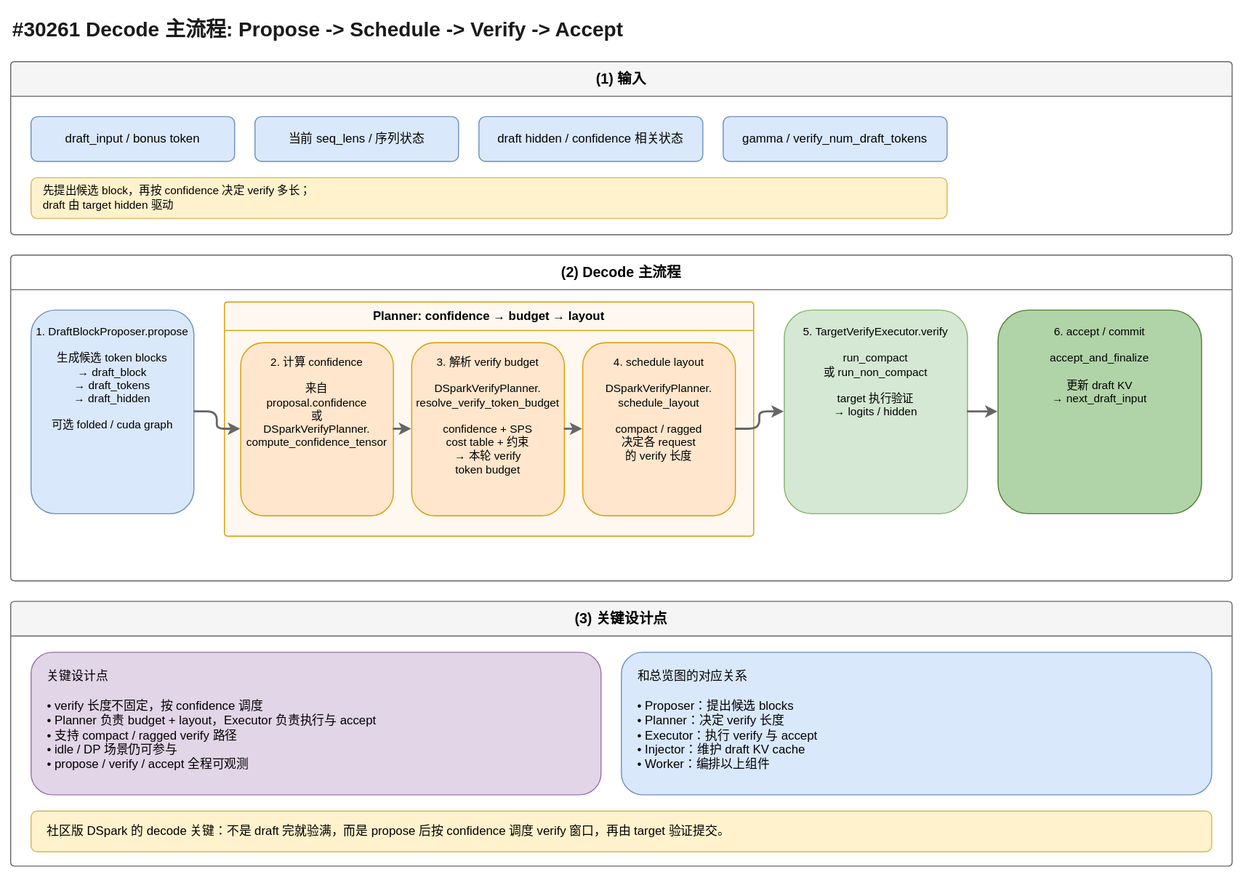
Before: artifacts/dspark-decode-main-flow.svg, a diagram exported from draw.io (learning-sketch/drawio-skill). Source tidied: cells renumbered, new cells last; positions are measured from the earlier drawing's top-left corner, leaving out a move shared by most shapes.
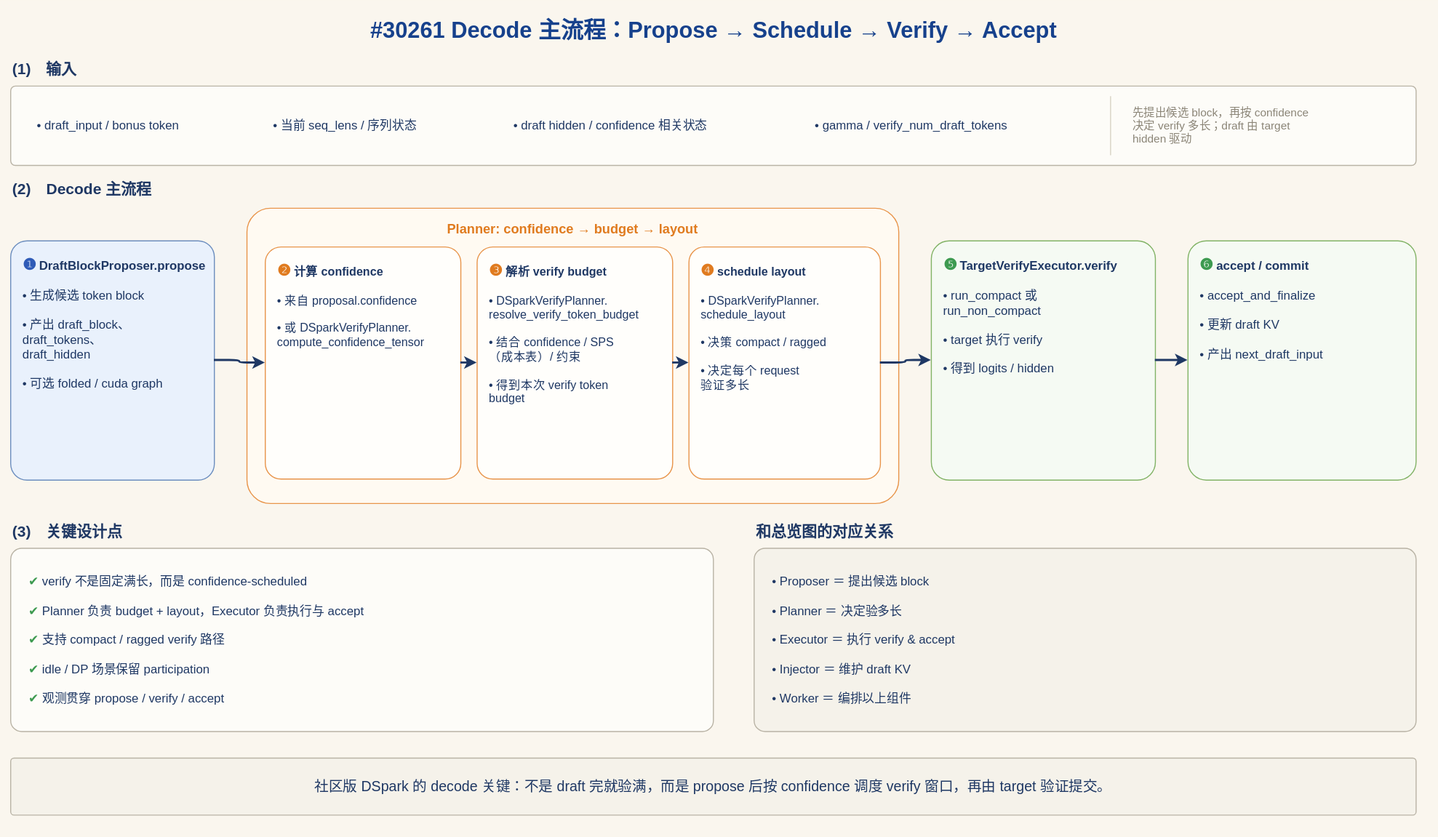
Later version of the same file.

The edit, as a diff of the source:
```diff
@@ -1,78 +1,90 @@
-<mxGraphModel>
+<mxGraphModel background="#faf6ee">
   <root>
     <mxCell id="0" />
     <mxCell id="1" parent="0" />
-    <mxCell id="2" value="#30261 Decode 主流程: Propose -&gt; Schedule -&gt; Verify -&gt; Accept" style="text;html=1;align=left;verticalAlign=middle;fontSize=20;fontStyle=1;fontColor=#1a1a1a;" parent="1" vertex="1">
-      <mxGeometry width="1000" height="36" as="geometry" />
+    <mxCell id="2" value="&lt;b&gt;#30261 Decode 主流程：Propose → Schedule → Verify → Accept&lt;/b&gt;" style="text;html=1;align=center;verticalAlign=middle;fontSize=22;fontColor=#16418c;" parent="1" vertex="1">
+      <mxGeometry y="-6" width="1380" height="40" as="geometry" />
     </mxCell>
-    <mxCell id="3" value="(1) 输入" style="swimlane;startSize=34;fillColor=#f5f5f5;strokeColor=#666666;fontStyle=1;fontSize=14;rounded=1;arcSize=4;whiteSpace=wrap;html=1;" parent="1" vertex="1">
-      <mxGeometry y="50" width="1200" height="170" as="geometry" />
+    <mxCell id="3" value="&lt;b&gt;(1)　输入&lt;/b&gt;" style="text;html=1;align=left;verticalAlign=middle;fontSize=15;fontColor=#1f3864;" parent="1" vertex="1">
+      <mxGeometry y="38" width="200" height="26" as="geometry" />
     </mxCell>
+    <mxCell id="26" style="rounded=1;arcSize=6;whiteSpace=wrap;html=1;fillColor=#fdfcf8;strokeColor=#b9b3a5;" parent="1" vertex="1">
+      <mxGeometry y="68" width="1380" height="78" as="geometry" />
+    </mxCell>
-    <mxCell id="4" value="draft_input / bonus token" style="rounded=1;whiteSpace=wrap;html=1;fillColor=#dae8fc;strokeColor=#6c8ebf;fontSize=12;" parent="3" vertex="1">
-      <mxGeometry x="20" y="54" width="200" height="44" as="geometry" />
+    <mxCell id="4" value="•  draft_input / bonus token" style="text;html=1;align=left;verticalAlign=middle;fontSize=12;fontColor=#1f3864;" parent="26" vertex="1">
+      <mxGeometry x="24" y="24" width="220" height="30" as="geometry" />
     </mxCell>
-    <mxCell id="5" value="当前 seq_lens / 序列状态" style="rounded=1;whiteSpace=wrap;html=1;fillColor=#dae8fc;strokeColor=#6c8ebf;fontSize=12;" parent="3" vertex="1">
-      <mxGeometry x="240" y="54" width="200" height="44" as="geometry" />
+    <mxCell id="5" value="•  当前 seq_lens / 序列状态" style="text;html=1;align=left;verticalAlign=middle;fontSize=12;fontColor=#1f3864;" parent="26" vertex="1">
+      <mxGeometry x="256" y="24" width="220" height="30" as="geometry" />
     </mxCell>
-    <mxCell id="6" value="draft hidden / confidence 相关状态" style="rounded=1;whiteSpace=wrap;html=1;fillColor=#dae8fc;strokeColor=#6c8ebf;fontSize=12;" parent="3" vertex="1">
-      <mxGeometry x="460" y="54" width="220" height="44" as="geometry" />
+    <mxCell id="6" value="•  draft hidden / confidence 相关状态" style="text;html=1;align=left;verticalAlign=middle;fontSize=12;fontColor=#1f3864;" parent="26" vertex="1">
+      <mxGeometry x="492" y="24" width="280" height="30" as="geometry" />
     </mxCell>
-    <mxCell id="7" value="gamma / verify_num_draft_tokens" style="rounded=1;whiteSpace=wrap;html=1;fillColor=#dae8fc;strokeColor=#6c8ebf;fontSize=12;" parent="3" vertex="1">
-      <mxGeometry x="700" y="54" width="220" height="44" as="geometry" />
+    <mxCell id="7" value="•  gamma / verify_num_draft_tokens" style="text;html=1;align=left;verticalAlign=middle;fontSize=12;fontColor=#1f3864;" parent="26" vertex="1">
+      <mxGeometry x="788" y="24" width="280" height="30" as="geometry" />
     </mxCell>
-    <mxCell id="8" value="先提出候选 block，再按 confidence 决定 verify 多长；&#10;draft 由 target hidden 驱动" style="rounded=1;whiteSpace=wrap;html=1;fillColor=#fff2cc;strokeColor=#d6b656;align=left;spacingLeft=10;spacingRight=8;fontSize=11;verticalAlign=middle;" parent="3" vertex="1">
-      <mxGeometry x="20" y="114" width="900" height="40" as="geometry" />
+    <mxCell id="8" value="先提出候选 block，再按 confidence&#10;决定 verify 多长；draft 由 target&#10;hidden 驱动" style="text;html=1;align=left;verticalAlign=middle;fontSize=11;fontColor=#8b8577;spacingLeft=10;" parent="26" vertex="1">
+      <mxGeometry x="1090" y="8" width="280" height="62" as="geometry" />
     </mxCell>
+    <mxCell id="27" style="endArrow=none;html=1;strokeColor=#d8d2c4;" parent="26" edge="1">
+      <mxGeometry relative="1" as="geometry">
+        <mxPoint x="1080" y="10" as="sourcePoint" />
+        <mxPoint x="1080" y="68" as="targetPoint" />
+      </mxGeometry>
+    </mxCell>
-    <mxCell id="9" value="(2) Decode 主流程" style="swimlane;startSize=34;fillColor=#ffffff;strokeColor=#666666;fontStyle=1;fontSize=14;rounded=1;arcSize=4;whiteSpace=wrap;html=1;" parent="1" vertex="1">
-      <mxGeometry y="240" width="1200" height="320" as="geometry" />
+    <mxCell id="9" value="&lt;b&gt;(2)　Decode 主流程&lt;/b&gt;" style="text;html=1;align=left;verticalAlign=middle;fontSize=15;fontColor=#1f3864;" parent="1" vertex="1">
+      <mxGeometry y="156" width="260" height="26" as="geometry" />
     </mxCell>
-    <mxCell id="10" value="1. DraftBlockProposer.propose&#10;&#10;生成候选 token blocks&#10;→ draft_block&#10;→ draft_tokens&#10;→ draft_hidden&#10;&#10;可选 folded / cuda graph" style="rounded=1;whiteSpace=wrap;html=1;fillColor=#dae8fc;strokeColor=#6c8ebf;align=center;verticalAlign=top;spacingTop=8;fontSize=11;" parent="9" vertex="1">
-      <mxGeometry x="20" y="54" width="160" height="200" as="geometry" />
+    <mxCell id="10" value="&lt;b&gt;&lt;font color=&quot;#2f5bb7&quot; style=&quot;font-size:15px&quot;&gt;❶&lt;/font&gt; DraftBlockProposer.propose&lt;/b&gt;&lt;br&gt;&lt;br&gt;•  生成候选 token block&lt;br&gt;&lt;br&gt;•  产出 draft_block、&lt;br&gt;    draft_tokens、&lt;br&gt;    draft_hidden&lt;br&gt;&lt;br&gt;•  可选 folded / cuda graph" style="rounded=1;arcSize=8;whiteSpace=wrap;html=1;fillColor=#e9f1fc;strokeColor=#6c8ebf;fontSize=12;fontColor=#1f3864;align=left;verticalAlign=top;spacingLeft=10;spacingTop=8;spacingRight=6;" parent="1" vertex="1">
+      <mxGeometry y="220" width="200" height="235" as="geometry" />
     </mxCell>
-    <mxCell id="11" value="Planner: confidence → budget → layout" style="swimlane;startSize=28;fillColor=#fff8f0;strokeColor=#d79b00;fontStyle=1;fontSize=12;rounded=1;arcSize=4;whiteSpace=wrap;html=1;swimlaneFillColor=#fff8f0;" parent="9" vertex="1">
-      <mxGeometry x="210" y="46" width="520" height="230" as="geometry" />
+    <mxCell id="11" value="&lt;b&gt;Planner: confidence → budget → layout&lt;/b&gt;" style="rounded=1;arcSize=8;whiteSpace=wrap;html=1;fillColor=#fffaf2;strokeColor=#e8944a;fontSize=13;fontColor=#e07b1f;align=center;verticalAlign=top;spacingTop=6;" parent="1" vertex="1">
+      <mxGeometry x="232" y="188" width="640" height="290" as="geometry" />
     </mxCell>
-    <mxCell id="12" value="2. 计算 confidence&#10;&#10;来自&#10;proposal.confidence&#10;或&#10;DSparkVerifyPlanner.&#10;compute_confidence_tensor" style="rounded=1;whiteSpace=wrap;html=1;fillColor=#ffe6cc;strokeColor=#d79b00;align=center;verticalAlign=top;spacingTop=6;fontSize=11;" parent="11" vertex="1">
-      <mxGeometry x="16" y="40" width="150" height="170" as="geometry" />
+    <mxCell id="12" value="&lt;b&gt;&lt;font color=&quot;#e07b1f&quot; style=&quot;font-size:15px&quot;&gt;❷&lt;/font&gt; 计算 confidence&lt;/b&gt;&lt;br&gt;&lt;br&gt;•  来自 proposal.confidence&lt;br&gt;&lt;br&gt;•  或 DSparkVerifyPlanner.&lt;br&gt;    compute_confidence_tensor" style="rounded=1;arcSize=8;whiteSpace=wrap;html=1;fillColor=#fffefb;strokeColor=#e8944a;fontSize=11.5;fontColor=#1f3864;align=left;verticalAlign=top;spacingLeft=10;spacingTop=8;spacingRight=6;" parent="11" vertex="1">
+      <mxGeometry x="18" y="38" width="192" height="228" as="geometry" />
     </mxCell>
-    <mxCell id="13" value="3. 解析 verify budget&#10;&#10;DSparkVerifyPlanner.&#10;resolve_verify_token_budget&#10;&#10;confidence + SPS&#10;cost table + 约束&#10;→ 本轮 verify&#10;token budget" style="rounded=1;whiteSpace=wrap;html=1;fillColor=#ffe6cc;strokeColor=#d79b00;align=center;verticalAlign=top;spacingTop=6;fontSize=11;" parent="11" vertex="1">
-      <mxGeometry x="184" y="40" width="150" height="170" as="geometry" />
+    <mxCell id="13" value="&lt;b&gt;&lt;font color=&quot;#e07b1f&quot; style=&quot;font-size:15px&quot;&gt;❸&lt;/font&gt; 解析 verify budget&lt;/b&gt;&lt;br&gt;&lt;br&gt;•  DSparkVerifyPlanner.&lt;br&gt;    resolve_verify_token_budget&lt;br&gt;&lt;br&gt;•  结合 confidence / SPS&lt;br&gt;    （成本表）/ 约束&lt;br&gt;&lt;br&gt;•  得到本次 verify token&lt;br&gt;    budget" style="rounded=1;arcSize=8;whiteSpace=wrap;html=1;fillColor=#fffefb;strokeColor=#e8944a;fontSize=11.5;fontColor=#1f3864;align=left;verticalAlign=top;spacingLeft=10;spacingTop=8;spacingRight=6;" parent="11" vertex="1">
+      <mxGeometry x="226" y="38" width="192" height="228" as="geometry" />
     </mxCell>
-    <mxCell id="14" value="4. schedule layout&#10;&#10;DSparkVerifyPlanner.&#10;schedule_layout&#10;&#10;compact / ragged&#10;决定各 request&#10;的 verify 长度" style="rounded=1;whiteSpace=wrap;html=1;fillColor=#ffe6cc;strokeColor=#d79b00;align=center;verticalAlign=top;spacingTop=6;fontSize=11;" parent="11" vertex="1">
-      <mxGeometry x="352" y="40" width="150" height="170" as="geometry" />
+    <mxCell id="14" value="&lt;b&gt;&lt;font color=&quot;#e07b1f&quot; style=&quot;font-size:15px&quot;&gt;❹&lt;/font&gt; schedule layout&lt;/b&gt;&lt;br&gt;&lt;br&gt;•  DSparkVerifyPlanner.&lt;br&gt;    schedule_layout&lt;br&gt;&lt;br&gt;•  决策 compact / ragged&lt;br&gt;&lt;br&gt;•  决定每个 request&lt;br&gt;    验证多长" style="rounded=1;arcSize=8;whiteSpace=wrap;html=1;fillColor=#fffefb;strokeColor=#e8944a;fontSize=11.5;fontColor=#1f3864;align=left;verticalAlign=top;spacingLeft=10;spacingTop=8;spacingRight=6;" parent="11" vertex="1">
+      <mxGeometry x="434" y="38" width="188" height="228" as="geometry" />
     </mxCell>
-    <mxCell id="15" style="edgeStyle=orthogonalEdgeStyle;rounded=1;jettySize=auto;html=1;strokeColor=#666666;strokeWidth=2;exitX=1;exitY=0.5;exitDx=0;exitDy=0;entryX=0;entryY=0.5;entryDx=0;entryDy=0;" parent="11" edge="1" source="12" target="13">
+    <mxCell id="15" style="edgeStyle=orthogonalEdgeStyle;rounded=1;jettySize=auto;html=1;strokeColor=#1f3864;strokeWidth=2;exitX=1;exitY=0.5;exitDx=0;exitDy=0;entryX=0;entryY=0.5;entryDx=0;entryDy=0;" parent="11" edge="1" source="12" target="13">
       <mxGeometry relative="1" as="geometry" />
     </mxCell>
-    <mxCell id="16" style="edgeStyle=orthogonalEdgeStyle;rounded=1;jettySize=auto;html=1;strokeColor=#666666;strokeWidth=2;exitX=1;exitY=0.5;exitDx=0;exitDy=0;entryX=0;entryY=0.5;entryDx=0;entryDy=0;" parent="11" edge="1" source="13" target="14">
+    <mxCell id="16" style="edgeStyle=orthogonalEdgeStyle;rounded=1;jettySize=auto;html=1;strokeColor=#1f3864;strokeWidth=2;exitX=1;exitY=0.5;exitDx=0;exitDy=0;entryX=0;entryY=0.5;entryDx=0;entryDy=0;" parent="11" edge="1" source="13" target="14">
       <mxGeometry relative="1" as="geometry" />
     </mxCell>
-    <mxCell id="17" value="5. TargetVerifyExecutor.verify&#10;&#10;run_compact&#10;或 run_non_compact&#10;&#10;target 执行验证&#10;→ logits / hidden" style="rounded=1;whiteSpace=wrap;html=1;fillColor=#d5e8d4;strokeColor=#82b366;align=center;verticalAlign=top;spacingTop=8;fontSize=11;" parent="9" vertex="1">
-      <mxGeometry x="760" y="54" width="180" height="200" as="geometry" />
+    <mxCell id="17" value="&lt;b&gt;&lt;font color=&quot;#3d9a50&quot; style=&quot;font-size:15px&quot;&gt;❺&lt;/font&gt; TargetVerifyExecutor.verify&lt;/b&gt;&lt;br&gt;&lt;br&gt;•  run_compact 或&lt;br&gt;    run_non_compact&lt;br&gt;&lt;br&gt;•  target 执行 verify&lt;br&gt;&lt;br&gt;•  得到 logits / hidden" style="rounded=1;arcSize=8;whiteSpace=wrap;html=1;fillColor=#f5faf3;strokeColor=#82b366;fontSize=12;fontColor=#1f3864;align=left;verticalAlign=top;spacingLeft=10;spacingTop=8;spacingRight=6;" parent="1" vertex="1">
+      <mxGeometry x="904" y="220" width="220" height="235" as="geometry" />
     </mxCell>
-    <mxCell id="18" value="6. accept / commit&#10;&#10;accept_and_finalize&#10;&#10;更新 draft KV&#10;→ next_draft_input" style="rounded=1;whiteSpace=wrap;html=1;fillColor=#b0d4a8;strokeColor=#507e32;align=center;verticalAlign=top;spacingTop=8;fontSize=11;" parent="9" vertex="1">
-      <mxGeometry x="970" y="54" width="200" height="200" as="geometry" />
+    <mxCell id="18" value="&lt;b&gt;&lt;font color=&quot;#3d9a50&quot; style=&quot;font-size:15px&quot;&gt;❻&lt;/font&gt; accept / commit&lt;/b&gt;&lt;br&gt;&lt;br&gt;•  accept_and_finalize&lt;br&gt;&lt;br&gt;•  更新 draft KV&lt;br&gt;&lt;br&gt;•  产出 next_draft_input" style="rounded=1;arcSize=8;whiteSpace=wrap;html=1;fillColor=#f5faf3;strokeColor=#82b366;fontSize=12;fontColor=#1f3864;align=left;verticalAlign=top;spacingLeft=10;spacingTop=8;spacingRight=6;" parent="1" vertex="1">
+      <mxGeometry x="1156" y="220" width="224" height="235" as="geometry" />
     </mxCell>
-    <mxCell id="19" style="edgeStyle=orthogonalEdgeStyle;rounded=1;jettySize=auto;html=1;strokeColor=#666666;strokeWidth=2;exitX=1;exitY=0.5;exitDx=0;exitDy=0;entryX=0;entryY=0.5;entryDx=0;entryDy=0;" parent="9" edge="1" source="10" target="12">
+    <mxCell id="19" style="edgeStyle=orthogonalEdgeStyle;rounded=1;jettySize=auto;html=1;strokeColor=#1f3864;strokeWidth=2;exitX=1;exitY=0.5;exitDx=0;exitDy=0;entryX=0;entryY=0.5;entryDx=0;entryDy=0;" parent="1" edge="1" source="10" target="12">
       <mxGeometry relative="1" as="geometry" />
     </mxCell>
-    <mxCell id="20" style="edgeStyle=orthogonalEdgeStyle;rounded=1;jettySize=auto;html=1;strokeColor=#666666;strokeWidth=2;exitX=1;exitY=0.5;exitDx=0;exitDy=0;entryX=0;entryY=0.5;entryDx=0;entryDy=0;" parent="9" edge="1" source="14" target="17">
+    <mxCell id="20" style="edgeStyle=orthogonalEdgeStyle;rounded=1;jettySize=auto;html=1;strokeColor=#1f3864;strokeWidth=2;exitX=1;exitY=0.5;exitDx=0;exitDy=0;entryX=0;entryY=0.5;entryDx=0;entryDy=0;" parent="1" edge="1" source="14" target="17">
       <mxGeometry relative="1" as="geometry" />
     </mxCell>
-    <mxCell id="21" style="edgeStyle=orthogonalEdgeStyle;rounded=1;jettySize=auto;html=1;strokeColor=#666666;strokeWidth=2;exitX=1;exitY=0.5;exitDx=0;exitDy=0;entryX=0;entryY=0.5;entryDx=0;entryDy=0;" parent="9" edge="1" source="17" target="18">
+    <mxCell id="21" style="edgeStyle=orthogonalEdgeStyle;rounded=1;jettySize=auto;html=1;strokeColor=#1f3864;strokeWidth=2;exitX=1;exitY=0.5;exitDx=0;exitDy=0;entryX=0;entryY=0.5;entryDx=0;entryDy=0;" parent="1" edge="1" source="17" target="18">
       <mxGeometry relative="1" as="geometry" />
     </mxCell>
-    <mxCell id="22" value="(3) 关键设计点" style="swimlane;startSize=34;fillColor=#f5f5f5;strokeColor=#666666;fontStyle=1;fontSize=14;rounded=1;arcSize=4;whiteSpace=wrap;html=1;" parent="1" vertex="1">
-      <mxGeometry y="580" width="1200" height="260" as="geometry" />
+    <mxCell id="22" value="&lt;b&gt;(3)　关键设计点&lt;/b&gt;" style="text;html=1;align=left;verticalAlign=middle;fontSize=15;fontColor=#1f3864;" parent="1" vertex="1">
+      <mxGeometry y="492" width="260" height="26" as="geometry" />
     </mxCell>
+    <mxCell id="28" value="&lt;b&gt;和总览图的对应关系&lt;/b&gt;" style="text;html=1;align=left;verticalAlign=middle;fontSize=15;fontColor=#1f3864;" parent="1" vertex="1">
+      <mxGeometry x="730" y="492" width="300" height="26" as="geometry" />
+    </mxCell>
-    <mxCell id="23" value="关键设计点&#10;&#10;• verify 长度不固定，按 confidence 调度&#10;• Planner 负责 budget + layout，Executor 负责执行与 accept&#10;• 支持 compact / ragged verify 路径&#10;• idle / DP 场景仍可参与&#10;• propose / verify / accept 全程可观测" style="rounded=1;whiteSpace=wrap;html=1;fillColor=#e1d5e7;strokeColor=#9673a6;fontStyle=0;fontSize=12;align=left;verticalAlign=top;spacingLeft=14;spacingTop=10;" parent="22" vertex="1">
-      <mxGeometry x="20" y="50" width="560" height="140" as="geometry" />
+    <mxCell id="23" value="&lt;font color=&quot;#3d9a50&quot;&gt;✔&lt;/font&gt;  verify 不是固定满长，而是 confidence-scheduled&lt;br&gt;&lt;br&gt;&lt;font color=&quot;#3d9a50&quot;&gt;✔&lt;/font&gt;  Planner 负责 budget + layout，Executor 负责执行与 accept&lt;br&gt;&lt;br&gt;&lt;font color=&quot;#3d9a50&quot;&gt;✔&lt;/font&gt;  支持 compact / ragged verify 路径&lt;br&gt;&lt;br&gt;&lt;font color=&quot;#3d9a50&quot;&gt;✔&lt;/font&gt;  idle / DP 场景保留 participation&lt;br&gt;&lt;br&gt;&lt;font color=&quot;#3d9a50&quot;&gt;✔&lt;/font&gt;  观测贯穿 propose / verify / accept" style="rounded=1;arcSize=6;whiteSpace=wrap;html=1;fillColor=#fdfcf8;strokeColor=#b9b3a5;fontSize=12;fontColor=#1f3864;align=left;verticalAlign=middle;spacingLeft=16;spacingRight=10;" parent="1" vertex="1">
+      <mxGeometry y="522" width="690" height="180" as="geometry" />
     </mxCell>
-    <mxCell id="24" value="和总览图的对应关系&#10;&#10;• Proposer：提出候选 blocks&#10;• Planner：决定 verify 长度&#10;• Executor：执行 verify 与 accept&#10;• Injector：维护 draft KV cache&#10;• Worker：编排以上组件" style="rounded=1;whiteSpace=wrap;html=1;fillColor=#dae8fc;strokeColor=#6c8ebf;fontStyle=0;fontSize=12;align=left;verticalAlign=top;spacingLeft=14;spacingTop=10;" parent="22" vertex="1">
-      <mxGeometry x="600" y="50" width="580" height="140" as="geometry" />
+    <mxCell id="24" value="•  Proposer ＝ 提出候选 block&lt;br&gt;&lt;br&gt;•  Planner ＝ 决定验多长&lt;br&gt;&lt;br&gt;•  Executor ＝ 执行 verify &amp;amp; accept&lt;br&gt;&lt;br&gt;•  Injector ＝ 维护 draft KV&lt;br&gt;&lt;br&gt;•  Worker ＝ 编排以上组件" style="rounded=1;arcSize=6;whiteSpace=wrap;html=1;fillColor=#f5f2ea;strokeColor=#b9b3a5;fontSize=12;fontColor=#1f3864;align=left;verticalAlign=middle;spacingLeft=16;spacingRight=10;" parent="1" vertex="1">
+      <mxGeometry x="730" y="522" width="650" height="180" as="geometry" />
     </mxCell>
-    <mxCell id="25" value="社区版 DSpark 的 decode 关键：不是 draft 完就验满，而是 propose 后按 confidence 调度 verify 窗口，再由 target 验证提交。" style="rounded=1;whiteSpace=wrap;html=1;fillColor=#fff2cc;strokeColor=#d6b656;align=left;spacingLeft=14;spacingRight=12;fontSize=12;verticalAlign=middle;" parent="22" vertex="1">
-      <mxGeometry x="20" y="206" width="1160" height="40" as="geometry" />
+    <mxCell id="25" value="社区版 DSpark 的 decode 关键：不是 draft 完就验满，而是 propose 后按 confidence 调度 verify 窗口，再由 target 验证提交。" style="rounded=1;arcSize=6;whiteSpace=wrap;html=1;fillColor=#f5f2ea;strokeColor=#b9b3a5;fontSize=14;fontColor=#1f3864;align=center;verticalAlign=middle;" parent="1" vertex="1">
+      <mxGeometry y="728" width="1380" height="56" as="geometry" />
     </mxCell>
   </root>
 </mxGraphModel>
```
